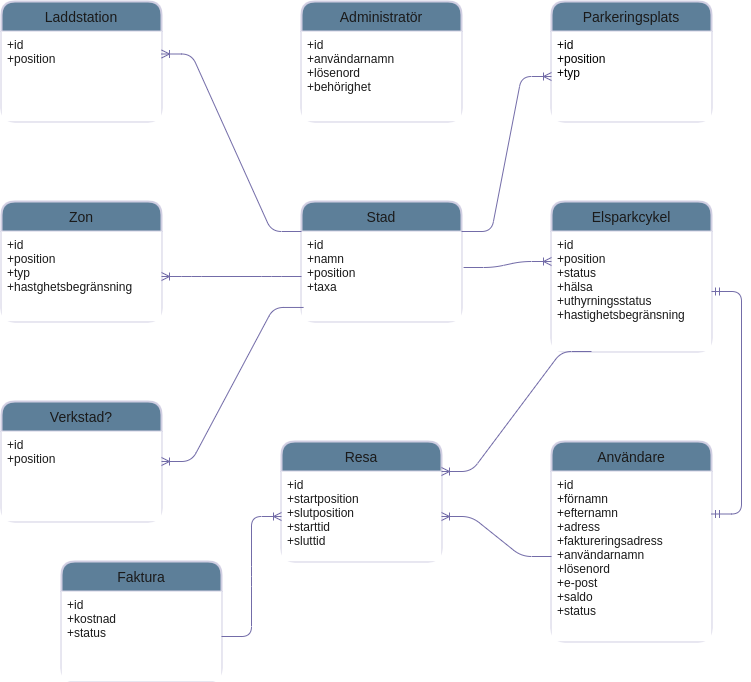
The draw.io diagram sds_sammansatt/databas-er.png in sonnerberg/vteam-sds, before a commit. Source tidied: cells renumbered, new cells last; positions are measured from the earlier drawing's top-left corner, leaving out a move shared by most shapes.
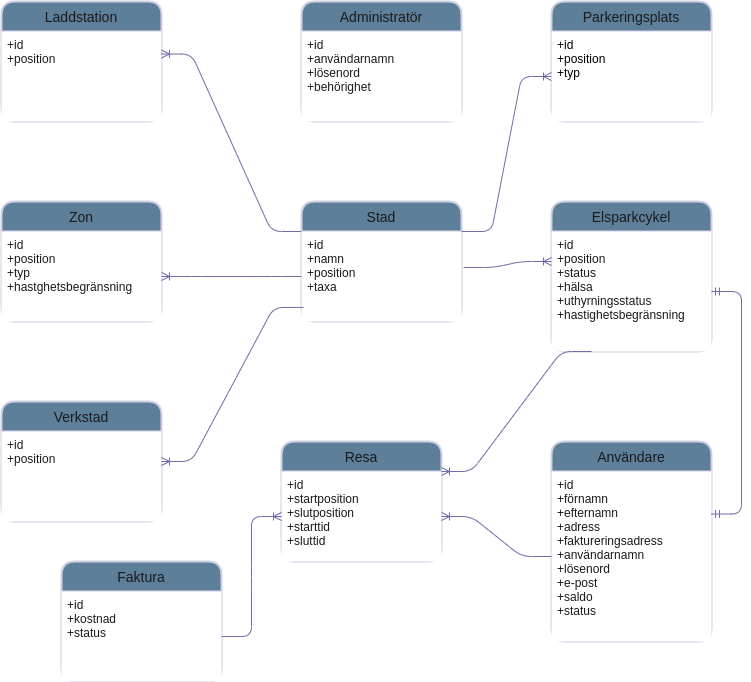
After the commit.

Change to the diagram source:
```diff
@@ -71,7 +71,7 @@
     <mxCell id="24" style="edgeStyle=entityRelationEdgeStyle;fontSize=12;html=1;endArrow=ERoneToMany;rounded=1;exitX=0;exitY=0;exitDx=0;exitDy=0;entryX=1;entryY=0.25;entryDx=0;entryDy=0;strokeColor=#736CA8;fontColor=#1A1A1A;" parent="1" edge="1" source="11" target="7">
       <mxGeometry relative="1" as="geometry" />
     </mxCell>
-    <mxCell id="25" value="Verkstad?" style="swimlane;horizontal=1;startSize=30;rounded=1;fontSize=14;fontStyle=0;strokeWidth=2;shadow=0;dashed=0;align=center;fillColor=#5D7F99;strokeColor=#D0CEE2;fontColor=#1A1A1A;" parent="1" vertex="1">
+    <mxCell id="25" value="Verkstad" style="swimlane;horizontal=1;startSize=30;rounded=1;fontSize=14;fontStyle=0;strokeWidth=2;shadow=0;dashed=0;align=center;fillColor=#5D7F99;strokeColor=#D0CEE2;fontColor=#1A1A1A;" parent="1" vertex="1">
       <mxGeometry y="400" width="160" height="120" as="geometry" />
     </mxCell>
     <mxCell id="26" value="+id&#10;+position" style="align=left;strokeColor=none;fillColor=default;spacingLeft=4;fontSize=12;verticalAlign=top;rounded=0;fontColor=#1A1A1A;" parent="25" vertex="1">
```
